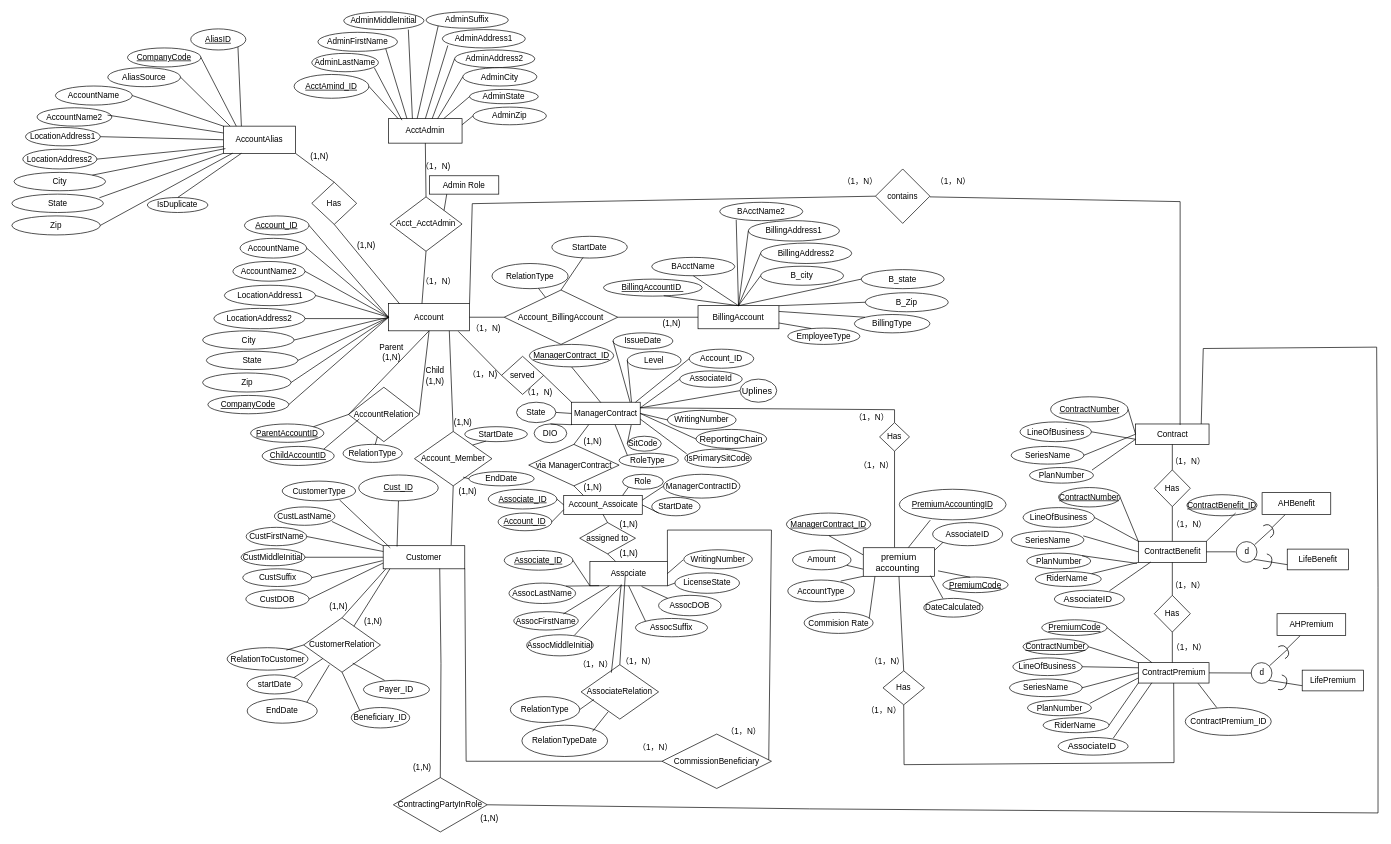
This is page "Page-1" (1 of 2) of dsm-project-p1.drawio from HanquanL/c_practices, a draw.io file, before an edit. Source tidied: cells renumbered, new cells numbered last; positions are measured from the earlier drawing's top-left corner, leaving out a move shared by most shapes. Both pictures are drawn from the tidied source at 68%, with x=0, y=0 at pixel (12, 12).
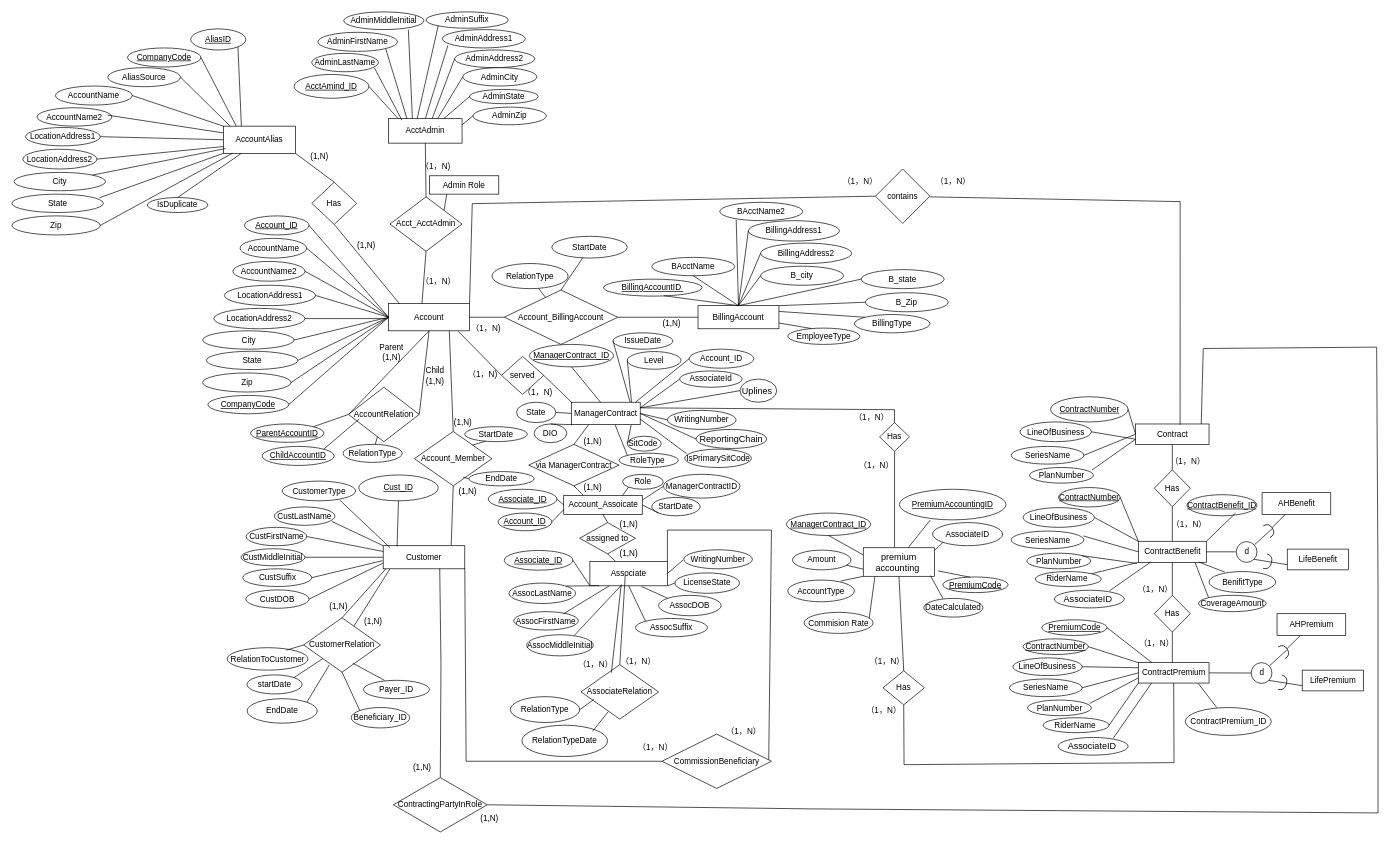
The same page after the edit.

The change refers to these unchanged cells:
```xml
<mxCell id="175" value="ContractBenefit" style="rounded=0;whiteSpace=wrap;html=1;" parent="1" vertex="1">
  <mxGeometry x="1656.5" y="778.5" width="100" height="31" as="geometry" />
</mxCell>
```

The edit, as a diff of the source:
```diff
@@
     <mxCell id="223" value="（1，N）" style="text;html=1;align=center;verticalAlign=middle;strokeColor=none;fillColor=none;" parent="1" vertex="1">
-      <mxGeometry x="1694.5" y="831" width="69" height="26" as="geometry" />
+      <mxGeometry x="1646" y="836.5" width="69" height="26" as="geometry" />
     </mxCell>
     <mxCell id="224" value="（1，N）" style="text;html=1;align=center;verticalAlign=middle;strokeColor=none;fillColor=none;" parent="1" vertex="1">
-      <mxGeometry x="1696.5" y="922" width="69" height="26" as="geometry" />
+      <mxGeometry x="1648" y="916" width="69" height="26" as="geometry" />
     </mxCell>
@@
+    <mxCell id="347" value="BenifitType" style="ellipse;whiteSpace=wrap;html=1;" parent="1" vertex="1">
+      <mxGeometry x="1760.5" y="823" width="98" height="31" as="geometry" />
+    </mxCell>
+    <mxCell id="348" style="endArrow=none;html=1;rounded=0;entryX=0.237;entryY=0.026;entryDx=0;entryDy=0;entryPerimeter=0;exitX=0.887;exitY=0.984;exitDx=0;exitDy=0;exitPerimeter=0;" parent="1" edge="1" source="175" target="347">
+      <mxGeometry relative="1" as="geometry" />
+    </mxCell>
+    <mxCell id="349" value="CoverageAmount" style="ellipse;whiteSpace=wrap;html=1;" parent="1" vertex="1">
+      <mxGeometry x="1745" y="858" width="99.5" height="24" as="geometry" />
+    </mxCell>
+    <mxCell id="350" style="endArrow=none;html=1;rounded=0;entryX=0;entryY=0;entryDx=0;entryDy=0;exitX=0.835;exitY=1.016;exitDx=0;exitDy=0;exitPerimeter=0;" parent="1" edge="1" source="175" target="349">
+      <mxGeometry relative="1" as="geometry" />
+    </mxCell>
```
